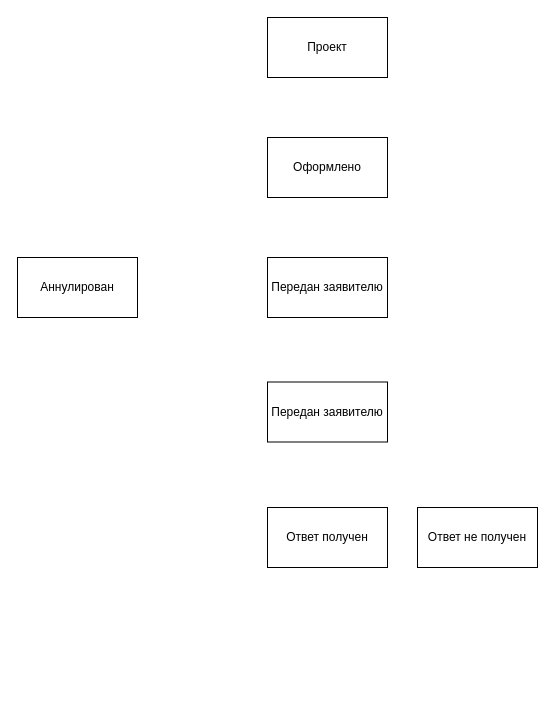
The draw.io diagram Domain/Requests/CSApplicantReqeust.States.Statemachine.drawio in davyd0ff/so-line-grls, before the edit. Source tidied: cells renumbered, new cells numbered last; positions are measured from the earlier drawing's top-left corner, leaving out a move shared by most shapes. Both pictures are drawn from the tidied source at 100%, with x=0, y=0 at pixel (17, 17).
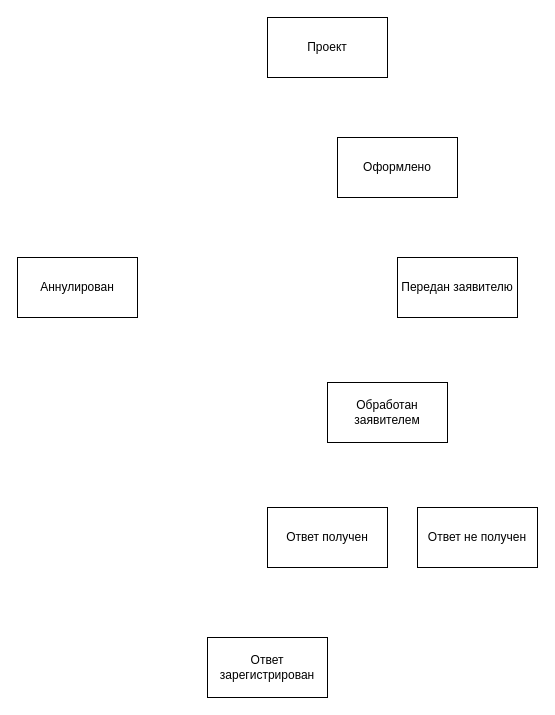
Above is the later version.

What changed in the source:
```diff
@@
 <mxGraphModel>
   <root>
     <mxCell id="0" />
     <mxCell id="1" parent="0" />
     <mxCell id="2" value="Проект" style="rounded=0;whiteSpace=wrap;html=1;" parent="1" vertex="1">
       <mxGeometry x="250" width="120" height="60" as="geometry" />
     </mxCell>
     <mxCell id="3" value="Оформлено" style="rounded=0;whiteSpace=wrap;html=1;" parent="1" vertex="1">
-      <mxGeometry x="250" y="120" width="120" height="60" as="geometry" />
+      <mxGeometry x="320" y="120" width="120" height="60" as="geometry" />
     </mxCell>
     <mxCell id="4" value="Передан заявителю" style="rounded=0;whiteSpace=wrap;html=1;" parent="1" vertex="1">
-      <mxGeometry x="250" y="240" width="120" height="60" as="geometry" />
+      <mxGeometry x="380" y="240" width="120" height="60" as="geometry" />
     </mxCell>
-    <mxCell id="5" value="Передан заявителю" style="rounded=0;whiteSpace=wrap;html=1;" parent="1" vertex="1">
-      <mxGeometry x="250" y="364.5" width="120" height="60" as="geometry" />
+    <mxCell id="5" value="Ответ зарегистрирован" style="rounded=0;whiteSpace=wrap;html=1;" parent="1" vertex="1">
+      <mxGeometry x="190" y="620" width="120" height="60" as="geometry" />
     </mxCell>
     <mxCell id="6" value="Ответ получен" style="rounded=0;whiteSpace=wrap;html=1;" parent="1" vertex="1">
       <mxGeometry x="250" y="490" width="120" height="60" as="geometry" />
     </mxCell>
     <mxCell id="7" value="Ответ не получен" style="rounded=0;whiteSpace=wrap;html=1;" parent="1" vertex="1">
       <mxGeometry x="400" y="490" width="120" height="60" as="geometry" />
     </mxCell>
     <mxCell id="8" value="Аннулирован" style="rounded=0;whiteSpace=wrap;html=1;" parent="1" vertex="1">
       <mxGeometry y="240" width="120" height="60" as="geometry" />
     </mxCell>
+    <mxCell id="9" value="Обработан заявителем" style="rounded=0;whiteSpace=wrap;html=1;" parent="1" vertex="1">
+      <mxGeometry x="310" y="365" width="120" height="60" as="geometry" />
+    </mxCell>
   </root>
 </mxGraphModel>
```
